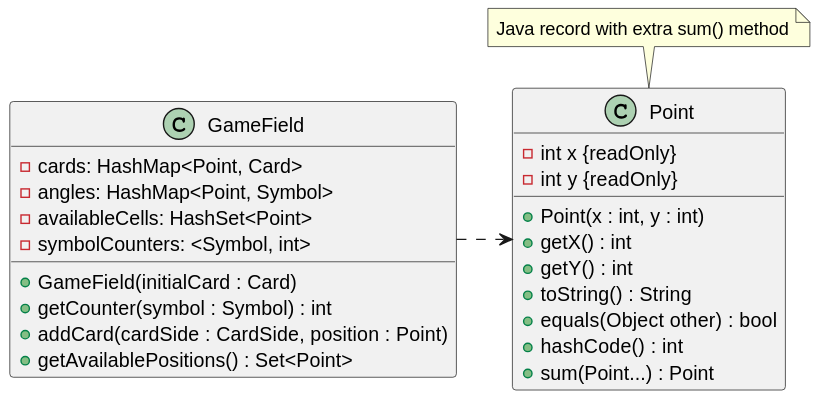
This is CodexNaturalis/docs/uml/image/gamefield-0.svg from LucaLeonx/ing-sw-2024-Leonzio-Lanza-LaGioia-Mauro, a PlantUML export, as it was before one commit.
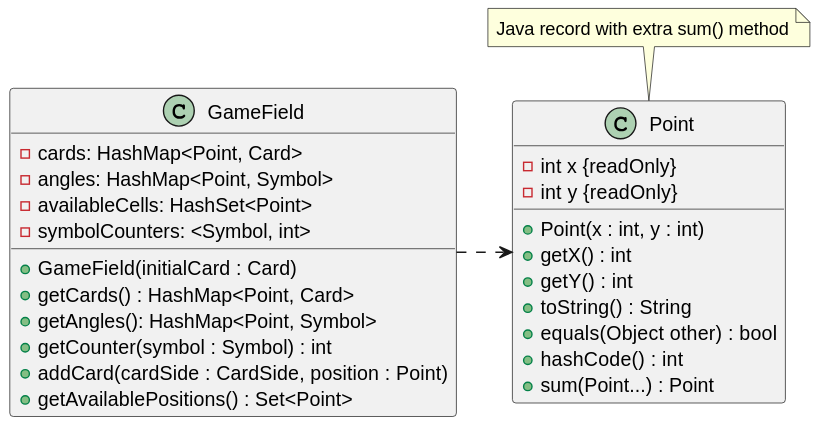
After the change.

The edit, as a diff of the source:
```diff
@@ -25,6 +25,8 @@
     - symbolCounters: <Symbol, int>
 
     + GameField(initialCard : Card)
+    + getCards() : HashMap<Point, Card>
+    + getAngles(): HashMap<Point, Symbol>
     + getCounter(symbol : Symbol) : int
     + addCard(cardSide : CardSide, position : Point)
     + getAvailablePositions() : Set<Point>
```
